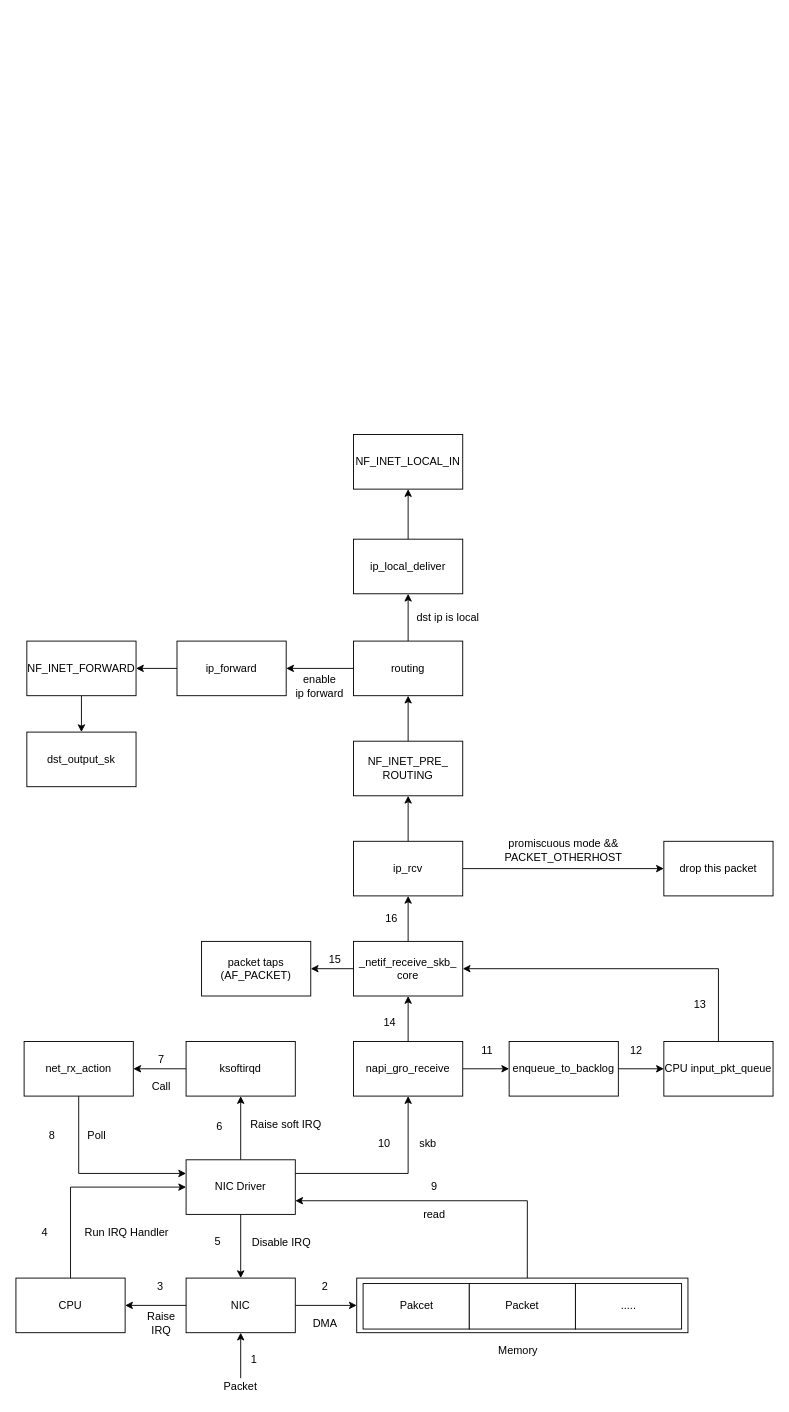
Above: linux_receive_data.drawio in ctimbai/draw.io (draw.io), before the change. Source tidied: cells renumbered, new cells numbered last; positions are measured from the earlier drawing's top-left corner, leaving out a move shared by most shapes. Both pictures are drawn from the tidied source at 91%, with x=0, y=0 at pixel (15, 434).
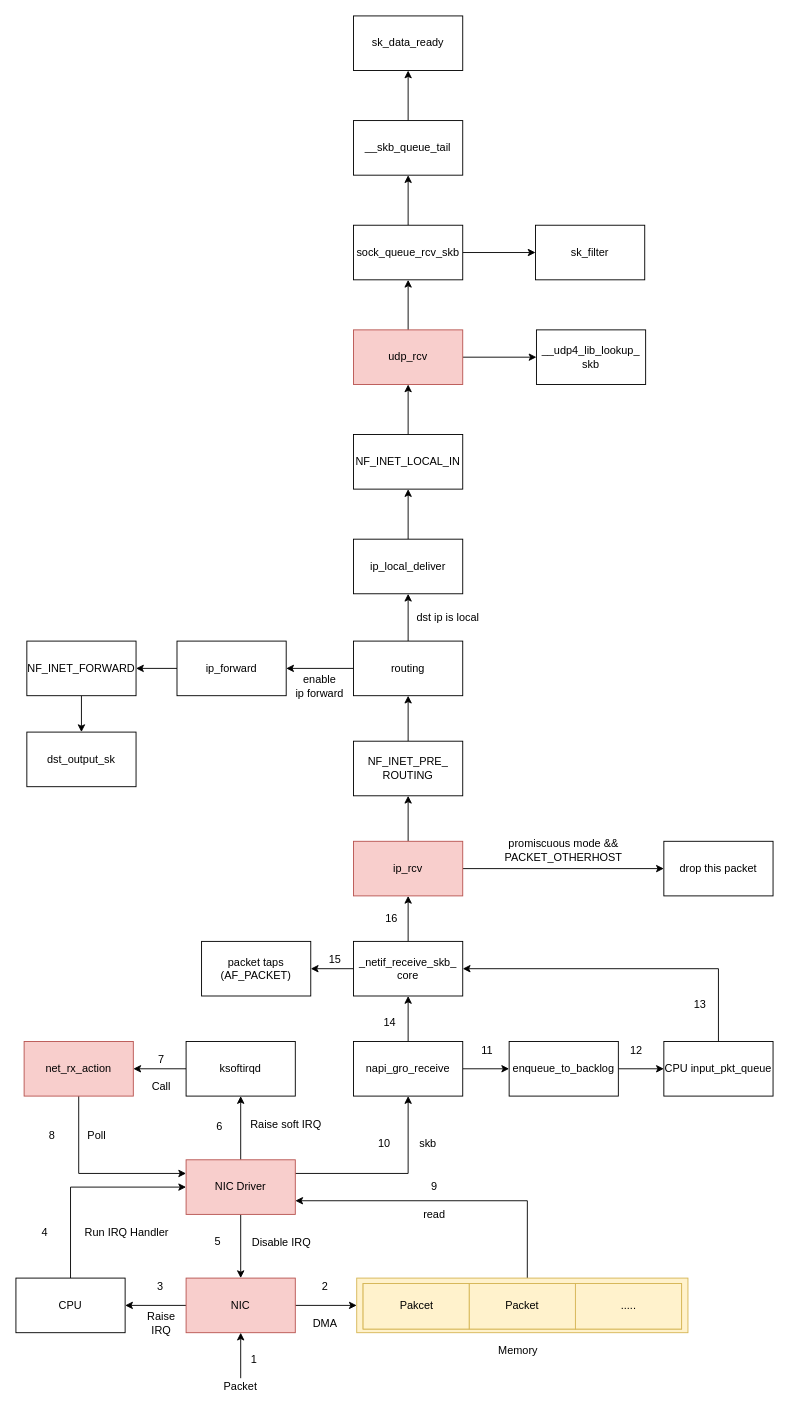
After the change.

Unchanged cells that the change refers to:
```xml
<mxCell id="35" style="group;" parent="34" vertex="1">
  <mxGeometry width="361" height="50" as="geometry" />
</mxCell>
<mxCell id="81" value="NF_INET_LOCAL_IN" style="rounded=0;whiteSpace=wrap;html=1;" parent="1" vertex="1">
  <mxGeometry x="371" width="120" height="60" as="geometry" />
</mxCell>
```

Change to the diagram source:
```diff
@@
-    <mxCell id="4" value="NIC" style="rounded=0;whiteSpace=wrap;html=1;" parent="1" vertex="1">
+    <mxCell id="4" value="NIC" style="rounded=0;whiteSpace=wrap;html=1;fillColor=#f8cecc;strokeColor=#b85450;" parent="1" vertex="1">
       <mxGeometry x="187" y="927" width="120" height="60" as="geometry" />
     </mxCell>
@@
-    <mxCell id="14" value="NIC Driver" style="rounded=0;whiteSpace=wrap;html=1;" parent="1" vertex="1">
+    <mxCell id="14" value="NIC Driver" style="rounded=0;whiteSpace=wrap;html=1;fillColor=#f8cecc;strokeColor=#b85450;" parent="1" vertex="1">
       <mxGeometry x="187" y="797" width="120" height="60" as="geometry" />
     </mxCell>
@@
-    <mxCell id="29" value="net_rx_action" style="rounded=0;whiteSpace=wrap;html=1;" parent="1" vertex="1">
+    <mxCell id="29" value="net_rx_action" style="rounded=0;whiteSpace=wrap;html=1;fillColor=#f8cecc;strokeColor=#b85450;" parent="1" vertex="1">
       <mxGeometry x="9" y="667" width="120" height="60" as="geometry" />
     </mxCell>
@@
-    <mxCell id="36" style="rounded=0;whiteSpace=wrap;html=1;" parent="35" vertex="1">
+    <mxCell id="36" style="rounded=0;whiteSpace=wrap;html=1;fillColor=#fff2cc;strokeColor=#d6b656;" parent="35" vertex="1">
       <mxGeometry x="-3" y="-10" width="364" height="60" as="geometry" />
     </mxCell>
-    <mxCell id="37" style="group;" parent="35" vertex="1">
+    <mxCell id="37" style="group;fillColor=#fff2cc;strokeColor=#d6b656;" parent="35" vertex="1">
       <mxGeometry x="4" y="-4" width="350" height="50" as="geometry" />
     </mxCell>
-    <mxCell id="38" value="Pakcet" style="rounded=0;whiteSpace=wrap;html=1;rotation=0;" parent="37" vertex="1">
+    <mxCell id="38" value="Pakcet" style="rounded=0;whiteSpace=wrap;html=1;rotation=0;fillColor=#fff2cc;strokeColor=#d6b656;" parent="37" vertex="1">
       <mxGeometry width="116.7" height="50" as="geometry" />
     </mxCell>
-    <mxCell id="39" value="Packet" style="rounded=0;whiteSpace=wrap;html=1;rotation=0;" parent="37" vertex="1">
+    <mxCell id="39" value="Packet" style="rounded=0;whiteSpace=wrap;html=1;rotation=0;fillColor=#fff2cc;strokeColor=#d6b656;" parent="37" vertex="1">
       <mxGeometry x="116.7" width="116.7" height="50" as="geometry" />
     </mxCell>
-    <mxCell id="40" value="....." style="rounded=0;whiteSpace=wrap;html=1;rotation=0;" parent="37" vertex="1">
+    <mxCell id="40" value="....." style="rounded=0;whiteSpace=wrap;html=1;rotation=0;fillColor=#fff2cc;strokeColor=#d6b656;" parent="37" vertex="1">
       <mxGeometry x="233.3" width="116.7" height="50" as="geometry" />
     </mxCell>
@@
-    <mxCell id="57" value="ip_rcv&lt;br&gt;" style="rounded=0;whiteSpace=wrap;html=1;" parent="1" vertex="1">
+    <mxCell id="57" value="ip_rcv&lt;br&gt;" style="rounded=0;whiteSpace=wrap;html=1;fillColor=#f8cecc;strokeColor=#b85450;" parent="1" vertex="1">
       <mxGeometry x="371" y="447" width="120" height="60" as="geometry" />
     </mxCell>
@@
+    <mxCell id="82" style="edgeStyle=orthogonalEdgeStyle;rounded=0;jettySize=auto;html=1;" parent="1" edge="1" source="81" target="85">
+      <mxGeometry relative="1" as="geometry" />
+    </mxCell>
@@
+    <mxCell id="83" style="edgeStyle=orthogonalEdgeStyle;rounded=0;jettySize=auto;html=1;" parent="1" edge="1" source="85" target="89">
+      <mxGeometry relative="1" as="geometry" />
+    </mxCell>
+    <mxCell id="84" style="edgeStyle=orthogonalEdgeStyle;rounded=0;jettySize=auto;html=1;" parent="1" edge="1" source="85" target="86">
+      <mxGeometry relative="1" as="geometry" />
+    </mxCell>
+    <mxCell id="85" value="udp_rcv" style="rounded=0;whiteSpace=wrap;html=1;fillColor=#f8cecc;strokeColor=#b85450;" parent="1" vertex="1">
+      <mxGeometry x="371" y="-115" width="120" height="60" as="geometry" />
+    </mxCell>
+    <mxCell id="86" value="__udp4_lib_lookup_&lt;br&gt;skb" style="rounded=0;whiteSpace=wrap;html=1;" parent="1" vertex="1">
+      <mxGeometry x="572" y="-115" width="120" height="60" as="geometry" />
+    </mxCell>
+    <mxCell id="87" style="edgeStyle=orthogonalEdgeStyle;rounded=0;jettySize=auto;html=1;" parent="1" edge="1" source="89" target="93">
+      <mxGeometry relative="1" as="geometry" />
+    </mxCell>
+    <mxCell id="88" style="edgeStyle=orthogonalEdgeStyle;rounded=0;jettySize=auto;html=1;" parent="1" edge="1" source="89" target="91">
+      <mxGeometry relative="1" as="geometry" />
+    </mxCell>
+    <mxCell id="89" value="sock_queue_rcv_skb" style="rounded=0;whiteSpace=wrap;html=1;" parent="1" vertex="1">
+      <mxGeometry x="371" y="-230" width="120" height="60" as="geometry" />
+    </mxCell>
+    <mxCell id="90" style="edgeStyle=orthogonalEdgeStyle;rounded=0;jettySize=auto;html=1;" parent="1" edge="1" source="91" target="92">
+      <mxGeometry relative="1" as="geometry" />
+    </mxCell>
+    <mxCell id="91" value="__skb_queue_tail" style="rounded=0;whiteSpace=wrap;html=1;" parent="1" vertex="1">
+      <mxGeometry x="371" y="-345" width="120" height="60" as="geometry" />
+    </mxCell>
+    <mxCell id="92" value="sk_data_ready" style="rounded=0;whiteSpace=wrap;html=1;" parent="1" vertex="1">
+      <mxGeometry x="371" y="-460" width="120" height="60" as="geometry" />
+    </mxCell>
+    <mxCell id="93" value="sk_filter" style="rounded=0;whiteSpace=wrap;html=1;" parent="1" vertex="1">
+      <mxGeometry x="571" y="-230" width="120" height="60" as="geometry" />
+    </mxCell>
```
